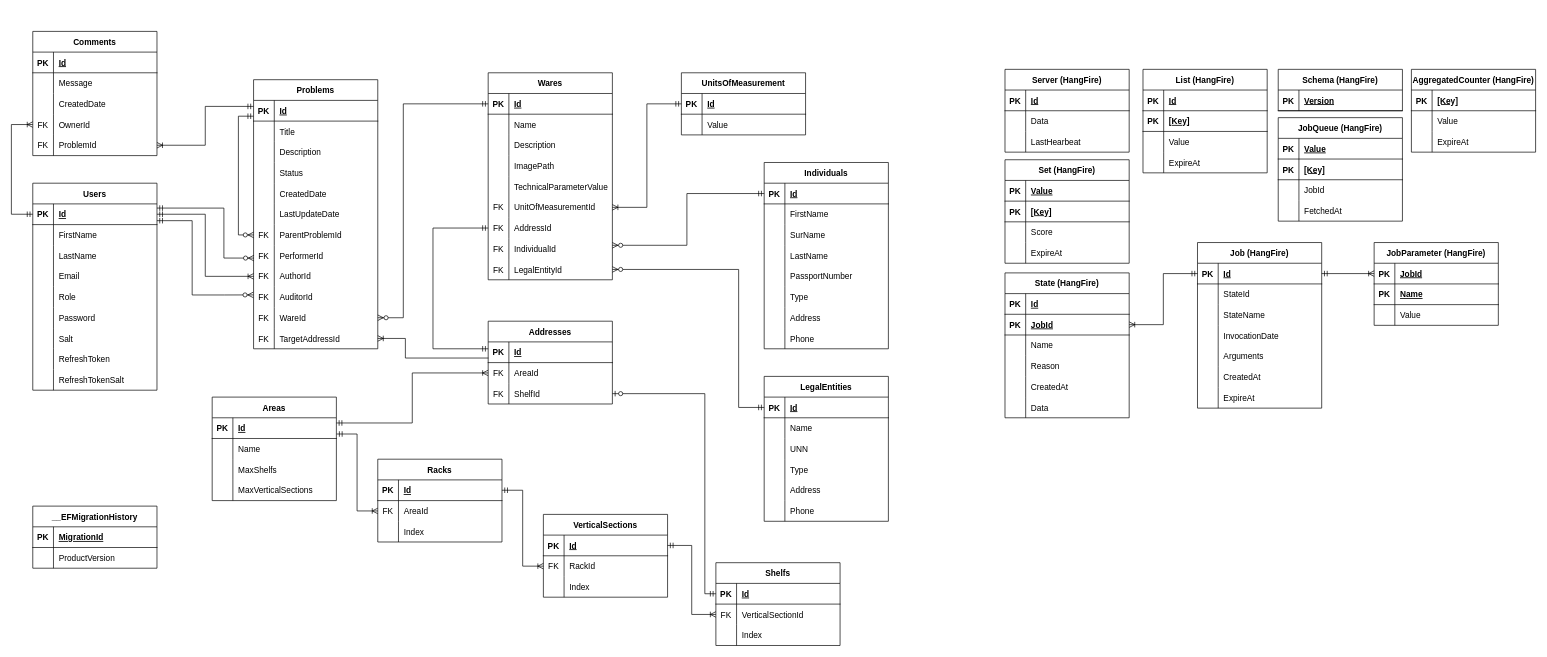
Before: Docs/Diagrams/database-diagram.drawio in v-demyanov/WMS, a draw.io diagram. Source tidied: cells renumbered, new cells numbered last; positions are measured from the earlier drawing's top-left corner, leaving out a move shared by most shapes. Both pictures are drawn from the tidied source at 69%, with x=0, y=0 at pixel (11, 31).
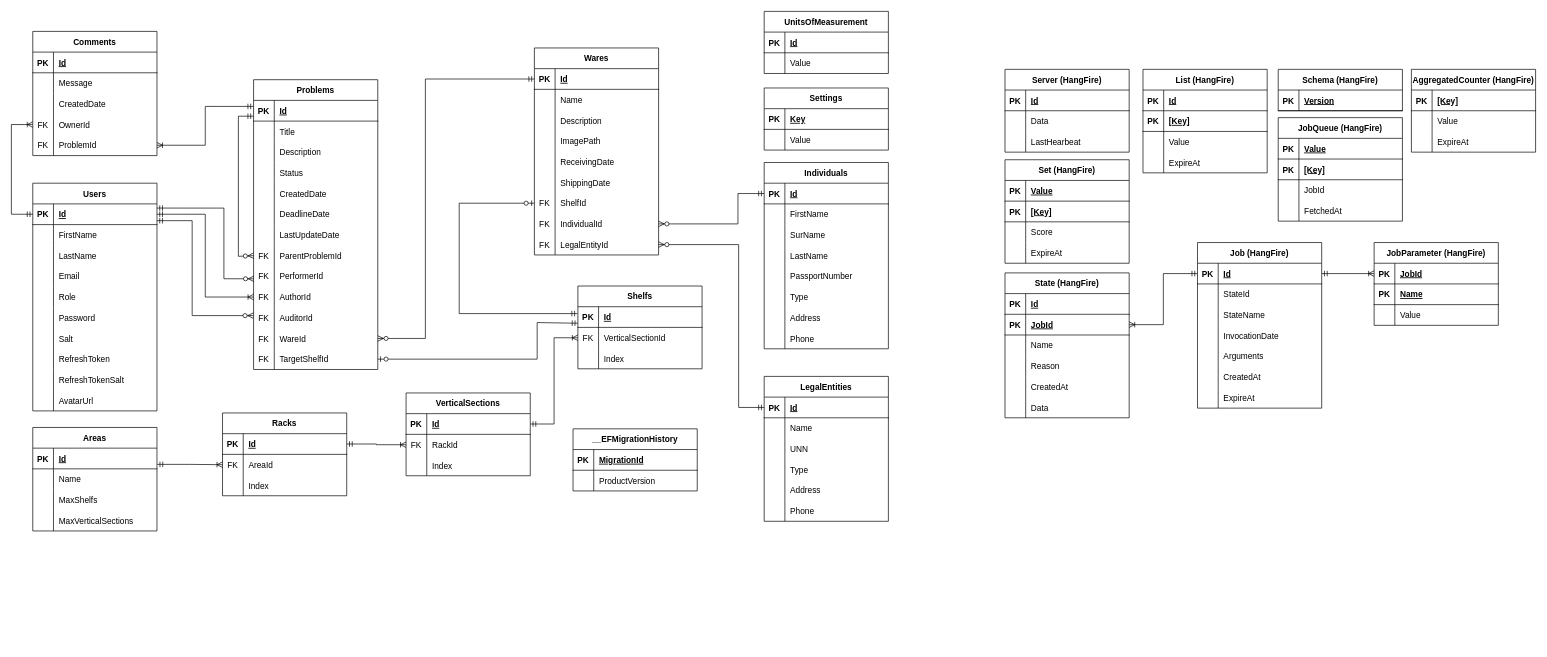
The same diagram, later.

The change refers to these unchanged cells:
```xml
<mxCell id="3" style="shape=tableRow;horizontal=0;startSize=0;swimlaneHead=0;swimlaneBody=0;fillColor=none;points=[[0,0.5],[1,0.5]];portConstraint=eastwest;top=0;left=0;right=0;bottom=1;" parent="2" vertex="1">
  <mxGeometry y="30" width="180" height="30" as="geometry" />
</mxCell>
<mxCell id="51" style="shape=tableRow;horizontal=0;startSize=0;swimlaneHead=0;swimlaneBody=0;fillColor=none;points=[[0,0.5],[1,0.5]];portConstraint=eastwest;top=0;left=0;right=0;bottom=1;" parent="50" vertex="1">
  <mxGeometry y="30" width="180" height="30" as="geometry" />
</mxCell>
<mxCell id="94" style="shape=tableRow;horizontal=0;startSize=0;swimlaneHead=0;swimlaneBody=0;fillColor=none;points=[[0,0.5],[1,0.5]];portConstraint=eastwest;top=0;left=0;right=0;bottom=1;" parent="93" vertex="1">
  <mxGeometry y="30" width="180" height="30" as="geometry" />
</mxCell>
<mxCell id="106" style="shape=tableRow;horizontal=0;startSize=0;swimlaneHead=0;swimlaneBody=0;fillColor=none;top=0;left=0;right=0;bottom=0;" parent="93" vertex="1">
  <mxGeometry y="150" width="180" height="30" as="geometry" />
</mxCell>
<mxCell id="112" style="shape=tableRow;horizontal=0;startSize=0;swimlaneHead=0;swimlaneBody=0;fillColor=none;points=[[0,0.5],[1,0.5]];portConstraint=eastwest;top=0;left=0;right=0;bottom=0;" parent="93" vertex="1">
  <mxGeometry y="210" width="180" height="30" as="geometry" />
</mxCell>
<mxCell id="115" style="shape=tableRow;horizontal=0;startSize=0;swimlaneHead=0;swimlaneBody=0;fillColor=none;points=[[0,0.5],[1,0.5]];portConstraint=eastwest;top=0;left=0;right=0;bottom=0;" parent="93" vertex="1">
  <mxGeometry y="240" width="180" height="30" as="geometry" />
</mxCell>
<mxCell id="118" style="shape=tableRow;horizontal=0;startSize=0;swimlaneHead=0;swimlaneBody=0;fillColor=none;points=[[0,0.5],[1,0.5]];portConstraint=eastwest;top=0;left=0;right=0;bottom=0;" parent="93" vertex="1">
  <mxGeometry y="270" width="180" height="30" as="geometry" />
</mxCell>
<mxCell id="122" style="shape=tableRow;horizontal=0;startSize=0;swimlaneHead=0;swimlaneBody=0;fillColor=none;points=[[0,0.5],[1,0.5]];portConstraint=eastwest;top=0;left=0;right=0;bottom=1;" parent="121" vertex="1">
  <mxGeometry y="30" width="180" height="30" as="geometry" />
</mxCell>
<mxCell id="147" style="shape=tableRow;horizontal=0;startSize=0;swimlaneHead=0;swimlaneBody=0;fillColor=none;points=[[0,0.5],[1,0.5]];portConstraint=eastwest;top=0;left=0;right=0;bottom=1;" parent="146" vertex="1">
  <mxGeometry y="30" width="180" height="30" as="geometry" />
</mxCell>
<mxCell id="166" style="shape=tableRow;horizontal=0;startSize=0;swimlaneHead=0;swimlaneBody=0;fillColor=none;points=[[0,0.5],[1,0.5]];portConstraint=eastwest;top=0;left=0;right=0;bottom=1;" parent="165" vertex="1">
  <mxGeometry y="30" width="180" height="30" as="geometry" />
</mxCell>
<mxCell id="173" style="shape=tableRow;horizontal=0;startSize=0;swimlaneHead=0;swimlaneBody=0;fillColor=none;points=[[0,0.5],[1,0.5]];portConstraint=eastwest;top=0;left=0;right=0;bottom=1;" parent="172" vertex="1">
  <mxGeometry y="30" width="180" height="30" as="geometry" />
</mxCell>
```

The edit, as a diff of the source:
```diff
@@
     <mxCell id="2" value="Problems" style="shape=table;startSize=30;childLayout=tableLayout;rowLines=0;fontStyle=1;align=center;" parent="1" vertex="1">
-      <mxGeometry x="351" y="70" width="180" height="390" as="geometry" />
+      <mxGeometry x="351" y="70" width="180" height="420" as="geometry" />
     </mxCell>
@@
+    <mxCell id="355" style="shape=tableRow;horizontal=0;startSize=0;swimlaneHead=0;swimlaneBody=0;fillColor=none;top=0;left=0;right=0;bottom=0;" parent="2" vertex="1">
+      <mxGeometry y="180" width="180" height="30" as="geometry" />
+    </mxCell>
+    <mxCell id="356" style="shape=partialRectangle;fillColor=none;top=0;left=0;bottom=0;right=0;overflow=hidden;" parent="355" vertex="1">
+      <mxGeometry width="30" height="30" as="geometry" />
+    </mxCell>
+    <mxCell id="357" value="DeadlineDate" style="shape=partialRectangle;fillColor=none;top=0;left=0;bottom=0;right=0;align=left;spacingLeft=6;overflow=hidden;" parent="355" vertex="1">
+      <mxGeometry x="30" width="150" height="30" as="geometry" />
+    </mxCell>
     <mxCell id="18" style="shape=tableRow;horizontal=0;startSize=0;swimlaneHead=0;swimlaneBody=0;fillColor=none;top=0;left=0;right=0;bottom=0;" parent="2" vertex="1">
-      <mxGeometry y="180" width="180" height="30" as="geometry" />
+      <mxGeometry y="210" width="180" height="30" as="geometry" />
     </mxCell>
@@
     <mxCell id="21" style="shape=tableRow;horizontal=0;startSize=0;swimlaneHead=0;swimlaneBody=0;fillColor=none;points=[[0,0.5],[1,0.5]];portConstraint=eastwest;top=0;left=0;right=0;bottom=0;" parent="2" vertex="1">
-      <mxGeometry y="210" width="180" height="30" as="geometry" />
+      <mxGeometry y="240" width="180" height="30" as="geometry" />
     </mxCell>
@@
     <mxCell id="24" style="shape=tableRow;horizontal=0;startSize=0;swimlaneHead=0;swimlaneBody=0;fillColor=none;points=[[0,0.5],[1,0.5]];portConstraint=eastwest;top=0;left=0;right=0;bottom=0;" parent="2" vertex="1">
-      <mxGeometry y="240" width="180" height="30" as="geometry" />
+      <mxGeometry y="270" width="180" height="30" as="geometry" />
     </mxCell>
@@
     <mxCell id="27" style="shape=tableRow;horizontal=0;startSize=0;swimlaneHead=0;swimlaneBody=0;fillColor=none;points=[[0,0.5],[1,0.5]];portConstraint=eastwest;top=0;left=0;right=0;bottom=0;" parent="2" vertex="1">
-      <mxGeometry y="270" width="180" height="30" as="geometry" />
+      <mxGeometry y="300" width="180" height="30" as="geometry" />
     </mxCell>
@@
     <mxCell id="30" style="shape=tableRow;horizontal=0;startSize=0;swimlaneHead=0;swimlaneBody=0;fillColor=none;points=[[0,0.5],[1,0.5]];portConstraint=eastwest;top=0;left=0;right=0;bottom=0;" parent="2" vertex="1">
-      <mxGeometry y="300" width="180" height="30" as="geometry" />
+      <mxGeometry y="330" width="180" height="30" as="geometry" />
     </mxCell>
@@
     <mxCell id="33" style="shape=tableRow;horizontal=0;startSize=0;swimlaneHead=0;swimlaneBody=0;fillColor=none;points=[[0,0.5],[1,0.5]];portConstraint=eastwest;top=0;left=0;right=0;bottom=0;" parent="2" vertex="1">
-      <mxGeometry y="330" width="180" height="30" as="geometry" />
+      <mxGeometry y="360" width="180" height="30" as="geometry" />
     </mxCell>
@@
     <mxCell id="36" style="shape=tableRow;horizontal=0;startSize=0;swimlaneHead=0;swimlaneBody=0;fillColor=none;points=[[0,0.5],[1,0.5]];portConstraint=eastwest;top=0;left=0;right=0;bottom=0;" parent="2" vertex="1">
-      <mxGeometry y="360" width="180" height="30" as="geometry" />
+      <mxGeometry y="390" width="180" height="30" as="geometry" />
     </mxCell>
@@
-    <mxCell id="38" value="TargetAddressId" style="shape=partialRectangle;fillColor=none;top=0;left=0;bottom=0;right=0;align=left;spacingLeft=6;overflow=hidden;" parent="36" vertex="1">
+    <mxCell id="38" value="TargetShelfId" style="shape=partialRectangle;fillColor=none;top=0;left=0;bottom=0;right=0;align=left;spacingLeft=6;overflow=hidden;" parent="36" vertex="1">
       <mxGeometry x="30" width="150" height="30" as="geometry" />
     </mxCell>
     <mxCell id="39" style="edgeStyle=orthogonalEdgeStyle;fontSize=12;html=1;endArrow=ERzeroToMany;startArrow=ERmandOne;rounded=0;entryX=0;entryY=0.5;entryDx=0;entryDy=0;exitX=-0.001;exitY=0.764;exitDx=0;exitDy=0;exitPerimeter=0;" parent="2" edge="1" source="3" target="21">
       <mxGeometry relative="1" as="geometry">
         <Array as="points">
           <mxPoint x="-22" y="53" />
-          <mxPoint x="-22" y="225" />
+          <mxPoint x="-22" y="256" />
+          <mxPoint y="256" />
         </Array>
       </mxGeometry>
     </mxCell>
-    <mxCell id="40" value="Addresses" style="shape=table;startSize=30;childLayout=tableLayout;rowLines=0;fontStyle=1;align=center;" parent="1" vertex="1">
-      <mxGeometry x="691" y="420" width="180" height="120" as="geometry" />
-    </mxCell>
-    <mxCell id="41" style="shape=tableRow;horizontal=0;startSize=0;swimlaneHead=0;swimlaneBody=0;fillColor=none;points=[[0,0.5],[1,0.5]];portConstraint=eastwest;top=0;left=0;right=0;bottom=1;" parent="40" vertex="1">
-      <mxGeometry y="30" width="180" height="30" as="geometry" />
-    </mxCell>
-    <mxCell id="42" value="PK" style="shape=partialRectangle;fillColor=none;top=0;left=0;bottom=0;right=0;fontStyle=1;overflow=hidden;" parent="41" vertex="1">
-      <mxGeometry width="30" height="30" as="geometry" />
-    </mxCell>
-    <mxCell id="43" value="Id" style="shape=partialRectangle;fillColor=none;top=0;left=0;bottom=0;right=0;align=left;spacingLeft=6;fontStyle=5;overflow=hidden;" parent="41" vertex="1">
-      <mxGeometry x="30" width="150" height="30" as="geometry" />
-    </mxCell>
-    <mxCell id="44" style="shape=tableRow;horizontal=0;startSize=0;swimlaneHead=0;swimlaneBody=0;fillColor=none;points=[[0,0.5],[1,0.5]];portConstraint=eastwest;top=0;left=0;right=0;bottom=0;" parent="40" vertex="1">
-      <mxGeometry y="60" width="180" height="30" as="geometry" />
-    </mxCell>
-    <mxCell id="45" value="FK" style="shape=partialRectangle;fillColor=none;top=0;left=0;bottom=0;right=0;overflow=hidden;" parent="44" vertex="1">
-      <mxGeometry width="30" height="30" as="geometry" />
-    </mxCell>
-    <mxCell id="46" value="AreaId" style="shape=partialRectangle;fillColor=none;top=0;left=0;bottom=0;right=0;align=left;spacingLeft=6;overflow=hidden;" parent="44" vertex="1">
-      <mxGeometry x="30" width="150" height="30" as="geometry" />
-    </mxCell>
-    <mxCell id="47" style="shape=tableRow;horizontal=0;startSize=0;swimlaneHead=0;swimlaneBody=0;fillColor=none;points=[[0,0.5],[1,0.5]];portConstraint=eastwest;top=0;left=0;right=0;bottom=0;" parent="40" vertex="1">
-      <mxGeometry y="90" width="180" height="30" as="geometry" />
-    </mxCell>
-    <mxCell id="48" value="FK" style="shape=partialRectangle;fillColor=none;top=0;left=0;bottom=0;right=0;overflow=hidden;" parent="47" vertex="1">
-      <mxGeometry width="30" height="30" as="geometry" />
-    </mxCell>
-    <mxCell id="49" value="ShelfId" style="shape=partialRectangle;fillColor=none;top=0;left=0;bottom=0;right=0;align=left;spacingLeft=6;overflow=hidden;" parent="47" vertex="1">
-      <mxGeometry x="30" width="150" height="30" as="geometry" />
-    </mxCell>
     <mxCell id="50" value="Shelfs" style="shape=table;startSize=30;childLayout=tableLayout;rowLines=0;fontStyle=1;align=center;" parent="1" vertex="1">
-      <mxGeometry x="1021" y="770" width="180" height="120" as="geometry" />
+      <mxGeometry x="821" y="369" width="180" height="120" as="geometry" />
     </mxCell>
@@
     <mxCell id="60" value="VerticalSections" style="shape=table;startSize=30;childLayout=tableLayout;rowLines=0;fontStyle=1;align=center;" parent="1" vertex="1">
-      <mxGeometry x="771" y="700" width="180" height="120" as="geometry" />
+      <mxGeometry x="572" y="524" width="180" height="120" as="geometry" />
     </mxCell>
@@
     <mxCell id="70" value="Racks" style="shape=table;startSize=30;childLayout=tableLayout;rowLines=0;fontStyle=1;align=center;" parent="1" vertex="1">
-      <mxGeometry x="531" y="620" width="180" height="120" as="geometry" />
+      <mxGeometry x="306" y="553" width="180" height="120" as="geometry" />
     </mxCell>
@@
     <mxCell id="80" value="Areas" style="shape=table;startSize=30;childLayout=tableLayout;rowLines=0;fontStyle=1;align=center;" parent="1" vertex="1">
-      <mxGeometry x="291" y="530" width="180" height="150" as="geometry" />
+      <mxGeometry x="31" y="574" width="180" height="150" as="geometry" />
     </mxCell>
@@
     <mxCell id="93" value="Wares" style="shape=table;startSize=30;childLayout=tableLayout;rowLines=0;fontStyle=1;align=center;" parent="1" vertex="1">
-      <mxGeometry x="691" y="60" width="180" height="300" as="geometry" />
+      <mxGeometry x="758" y="24" width="180" height="300" as="geometry" />
     </mxCell>
@@
-    <mxCell id="108" value="TechnicalParameterValue" style="shape=partialRectangle;fillColor=none;top=0;left=0;bottom=0;right=0;align=left;spacingLeft=6;overflow=hidden;" parent="106" vertex="1">
+    <mxCell id="108" value="ReceivingDate" style="shape=partialRectangle;fillColor=none;top=0;left=0;bottom=0;right=0;align=left;spacingLeft=6;overflow=hidden;" parent="106" vertex="1">
       <mxGeometry x="30" width="150" height="30" as="geometry" />
     </mxCell>
-    <mxCell id="109" style="shape=tableRow;horizontal=0;startSize=0;swimlaneHead=0;swimlaneBody=0;fillColor=none;points=[[0,0.5],[1,0.5]];portConstraint=eastwest;top=0;left=0;right=0;bottom=0;" parent="93" vertex="1">
-      <mxGeometry y="180" width="180" height="30" as="geometry" />
-    </mxCell>
-    <mxCell id="110" value="FK" style="shape=partialRectangle;fillColor=none;top=0;left=0;bottom=0;right=0;overflow=hidden;" parent="109" vertex="1">
-      <mxGeometry width="30" height="30" as="geometry" />
-    </mxCell>
-    <mxCell id="111" value="UnitOfMeasurementId" style="shape=partialRectangle;fillColor=none;top=0;left=0;bottom=0;right=0;align=left;spacingLeft=6;overflow=hidden;" parent="109" vertex="1">
-      <mxGeometry x="30" width="150" height="30" as="geometry" />
-    </mxCell>
+    <mxCell id="358" style="shape=tableRow;horizontal=0;startSize=0;swimlaneHead=0;swimlaneBody=0;fillColor=none;top=0;left=0;right=0;bottom=0;" parent="93" vertex="1">
+      <mxGeometry y="180" width="180" height="30" as="geometry" />
+    </mxCell>
+    <mxCell id="359" style="shape=partialRectangle;fillColor=none;top=0;left=0;bottom=0;right=0;overflow=hidden;" parent="358" vertex="1">
+      <mxGeometry width="30" height="30" as="geometry" />
+    </mxCell>
+    <mxCell id="360" value="ShippingDate" style="shape=partialRectangle;fillColor=none;top=0;left=0;bottom=0;right=0;align=left;spacingLeft=6;overflow=hidden;" parent="358" vertex="1">
+      <mxGeometry x="30" width="150" height="30" as="geometry" />
+    </mxCell>
@@
-    <mxCell id="114" value="AddressId" style="shape=partialRectangle;fillColor=none;top=0;left=0;bottom=0;right=0;align=left;spacingLeft=6;overflow=hidden;" parent="112" vertex="1">
+    <mxCell id="114" value="ShelfId" style="shape=partialRectangle;fillColor=none;top=0;left=0;bottom=0;right=0;align=left;spacingLeft=6;overflow=hidden;" parent="112" vertex="1">
       <mxGeometry x="30" width="150" height="30" as="geometry" />
     </mxCell>
@@
     <mxCell id="165" value="UnitsOfMeasurement" style="shape=table;startSize=30;childLayout=tableLayout;rowLines=0;fontStyle=1;align=center;" parent="1" vertex="1">
-      <mxGeometry x="971" y="60" width="180" height="90" as="geometry" />
+      <mxGeometry x="1091" y="-29" width="180" height="90" as="geometry" />
     </mxCell>
@@
     <mxCell id="172" value="Users" style="shape=table;startSize=30;childLayout=tableLayout;rowLines=0;fontStyle=1;align=center;" parent="1" vertex="1">
-      <mxGeometry x="31" y="220" width="180" height="300" as="geometry" />
+      <mxGeometry x="31" y="220" width="180" height="330" as="geometry" />
     </mxCell>
@@
+    <mxCell id="361" style="shape=tableRow;horizontal=0;startSize=0;swimlaneHead=0;swimlaneBody=0;fillColor=none;top=0;left=0;right=0;bottom=0;" parent="172" vertex="1">
+      <mxGeometry y="300" width="180" height="30" as="geometry" />
+    </mxCell>
+    <mxCell id="362" style="shape=partialRectangle;fillColor=none;top=0;left=0;bottom=0;right=0;overflow=hidden;" parent="361" vertex="1">
+      <mxGeometry width="30" height="30" as="geometry" />
+    </mxCell>
+    <mxCell id="363" value="AvatarUrl" style="shape=partialRectangle;fillColor=none;top=0;left=0;bottom=0;right=0;align=left;spacingLeft=6;overflow=hidden;" parent="361" vertex="1">
+      <mxGeometry x="30" width="150" height="30" as="geometry" />
+    </mxCell>
@@
-    <mxCell id="216" style="edgeStyle=orthogonalEdgeStyle;fontSize=12;html=1;endArrow=ERoneToMany;rounded=0;entryX=1;entryY=0.5;entryDx=0;entryDy=0;exitX=0.002;exitY=0.78;exitDx=0;exitDy=0;exitPerimeter=0;endFill=0;" parent="1" edge="1" source="41" target="36">
-      <mxGeometry relative="1" as="geometry">
-        <Array as="points">
-          <mxPoint x="571" y="473" />
-          <mxPoint x="571" y="445" />
-        </Array>
-      </mxGeometry>
-    </mxCell>
-    <mxCell id="217" style="edgeStyle=orthogonalEdgeStyle;fontSize=12;html=1;endArrow=ERmandOne;startArrow=ERmandOne;rounded=0;" parent="1" edge="1" target="112">
-      <mxGeometry relative="1" as="geometry">
-        <mxPoint x="691" y="460" as="sourcePoint" />
-        <Array as="points">
-          <mxPoint x="611" y="460" />
-          <mxPoint x="611" y="285" />
-        </Array>
-      </mxGeometry>
-    </mxCell>
     <mxCell id="218" value="__EFMigrationHistory" style="shape=table;startSize=30;childLayout=tableLayout;rowLines=0;fontStyle=1;align=center;" parent="1" vertex="1">
-      <mxGeometry x="31" y="688" width="180" height="90" as="geometry" />
+      <mxGeometry x="814" y="576" width="180" height="90" as="geometry" />
     </mxCell>
@@
     <mxCell id="227" style="edgeStyle=orthogonalEdgeStyle;fontSize=12;html=1;endArrow=ERzeroToMany;startArrow=ERmandOne;rounded=0;entryX=0.002;entryY=0.618;entryDx=0;entryDy=0;entryPerimeter=0;exitX=1;exitY=0.202;exitDx=0;exitDy=0;exitPerimeter=0;" parent="1" edge="1" source="173" target="24">
       <mxGeometry relative="1" as="geometry">
         <Array as="points">
           <mxPoint x="308" y="256" />
-          <mxPoint x="308" y="329" />
+          <mxPoint x="308" y="358" />
+          <mxPoint x="351" y="358" />
         </Array>
       </mxGeometry>
     </mxCell>
@@
     <mxCell id="229" style="edgeStyle=orthogonalEdgeStyle;fontSize=12;html=1;endArrow=ERzeroToMany;startArrow=ERmandOne;rounded=0;entryX=-0.002;entryY=0.397;entryDx=0;entryDy=0;entryPerimeter=0;exitX=1;exitY=0.81;exitDx=0;exitDy=0;exitPerimeter=0;" parent="1" edge="1" source="173" target="30">
       <mxGeometry relative="1" as="geometry">
         <Array as="points">
           <mxPoint x="262" y="274" />
-          <mxPoint x="262" y="382" />
-          <mxPoint x="309" y="382" />
+          <mxPoint x="262" y="412" />
         </Array>
       </mxGeometry>
     </mxCell>
     <mxCell id="230" style="edgeStyle=orthogonalEdgeStyle;fontSize=12;html=1;endArrow=ERzeroToMany;startArrow=ERmandOne;rounded=0;entryX=1;entryY=0.5;entryDx=0;entryDy=0;exitX=0;exitY=0.5;exitDx=0;exitDy=0;" parent="1" edge="1" source="94" target="33">
       <mxGeometry relative="1" as="geometry">
         <Array as="points">
-          <mxPoint x="568" y="105" />
-          <mxPoint x="568" y="415" />
+          <mxPoint x="600" y="69" />
+          <mxPoint x="600" y="445" />
         </Array>
       </mxGeometry>
     </mxCell>
@@
-    <mxCell id="234" style="edgeStyle=orthogonalEdgeStyle;fontSize=12;html=1;endArrow=ERoneToMany;startArrow=ERmandOne;rounded=0;entryX=0;entryY=0.5;entryDx=0;entryDy=0;exitX=1;exitY=0.25;exitDx=0;exitDy=0;" parent="1" edge="1" source="80" target="44">
-      <mxGeometry relative="1" as="geometry" />
-    </mxCell>
-    <mxCell id="235" style="edgeStyle=orthogonalEdgeStyle;fontSize=12;html=1;endArrow=ERoneToMany;startArrow=ERmandOne;rounded=0;entryX=1;entryY=0.5;entryDx=0;entryDy=0;exitX=0;exitY=0.5;exitDx=0;exitDy=0;" parent="1" edge="1" source="166" target="109">
-      <mxGeometry relative="1" as="geometry" />
-    </mxCell>
-    <mxCell id="236" style="edgeStyle=orthogonalEdgeStyle;fontSize=12;html=1;endArrow=ERzeroToMany;startArrow=ERmandOne;rounded=0;exitX=0;exitY=0.5;exitDx=0;exitDy=0;" parent="1" edge="1" source="122">
+    <mxCell id="236" style="edgeStyle=orthogonalEdgeStyle;fontSize=12;html=1;endArrow=ERzeroToMany;startArrow=ERmandOne;rounded=0;exitX=0;exitY=0.5;exitDx=0;exitDy=0;entryX=1;entryY=0.5;entryDx=0;entryDy=0;" parent="1" edge="1" source="122" target="115">
       <mxGeometry relative="1" as="geometry">
-        <mxPoint x="871" y="310" as="targetPoint" />
         <Array as="points">
-          <mxPoint x="979" y="235" />
-          <mxPoint x="979" y="310" />
+          <mxPoint x="1053" y="235" />
+          <mxPoint x="1053" y="279" />
         </Array>
       </mxGeometry>
     </mxCell>
     <mxCell id="237" style="edgeStyle=orthogonalEdgeStyle;fontSize=12;html=1;endArrow=ERzeroToMany;startArrow=ERmandOne;rounded=0;exitX=0;exitY=0.5;exitDx=0;exitDy=0;entryX=1;entryY=0.5;entryDx=0;entryDy=0;" parent="1" edge="1" source="147" target="118">
       <mxGeometry relative="1" as="geometry">
         <Array as="points">
           <mxPoint x="1054" y="545" />
-          <mxPoint x="1054" y="345" />
+          <mxPoint x="1054" y="309" />
         </Array>
       </mxGeometry>
     </mxCell>
-    <mxCell id="238" style="edgeStyle=orthogonalEdgeStyle;fontSize=12;html=1;endArrow=ERzeroToOne;startArrow=ERmandOne;rounded=0;entryX=1;entryY=0.5;entryDx=0;entryDy=0;exitX=0;exitY=0.5;exitDx=0;exitDy=0;" parent="1" edge="1" source="51" target="47">
-      <mxGeometry relative="1" as="geometry">
-        <Array as="points">
-          <mxPoint x="1005" y="815" />
-          <mxPoint x="1005" y="525" />
-        </Array>
-      </mxGeometry>
-    </mxCell>
@@
+    <mxCell id="364" style="edgeStyle=orthogonalEdgeStyle;fontSize=12;html=1;endArrow=ERzeroToOne;startArrow=ERmandOne;rounded=0;entryX=1;entryY=0.5;entryDx=0;entryDy=0;exitX=-0.001;exitY=0.799;exitDx=0;exitDy=0;exitPerimeter=0;" parent="1" edge="1" source="51" target="36">
+      <mxGeometry relative="1" as="geometry">
+        <Array as="points">
+          <mxPoint x="762" y="422" />
+          <mxPoint x="762" y="475" />
+        </Array>
+      </mxGeometry>
+    </mxCell>
+    <mxCell id="365" style="edgeStyle=orthogonalEdgeStyle;fontSize=12;html=1;endArrow=ERzeroToOne;startArrow=ERmandOne;rounded=0;entryX=0;entryY=0.5;entryDx=0;entryDy=0;exitX=-0.004;exitY=0.333;exitDx=0;exitDy=0;exitPerimeter=0;" parent="1" edge="1" source="51" target="112">
+      <mxGeometry relative="1" as="geometry">
+        <Array as="points">
+          <mxPoint x="649" y="409" />
+          <mxPoint x="649" y="249" />
+        </Array>
+      </mxGeometry>
+    </mxCell>
+    <mxCell id="366" value="Settings" style="shape=table;startSize=30;childLayout=tableLayout;rowLines=0;fontStyle=1;align=center;" parent="1" vertex="1">
+      <mxGeometry x="1091" y="82" width="180" height="90" as="geometry" />
+    </mxCell>
+    <mxCell id="41" style="shape=tableRow;horizontal=0;startSize=0;swimlaneHead=0;swimlaneBody=0;fillColor=none;points=[[0,0.5],[1,0.5]];portConstraint=eastwest;top=0;left=0;right=0;bottom=1;" parent="366" vertex="1">
+      <mxGeometry y="30" width="180" height="30" as="geometry" />
+    </mxCell>
+    <mxCell id="42" value="PK" style="shape=partialRectangle;fillColor=none;top=0;left=0;bottom=0;right=0;fontStyle=1;overflow=hidden;" parent="41" vertex="1">
+      <mxGeometry width="30" height="30" as="geometry" />
+    </mxCell>
+    <mxCell id="367" value="Key" style="shape=partialRectangle;fillColor=none;top=0;left=0;bottom=0;right=0;align=left;spacingLeft=6;fontStyle=5;overflow=hidden;" parent="41" vertex="1">
+      <mxGeometry x="30" width="150" height="30" as="geometry" />
+    </mxCell>
+    <mxCell id="44" style="shape=tableRow;horizontal=0;startSize=0;swimlaneHead=0;swimlaneBody=0;fillColor=none;points=[[0,0.5],[1,0.5]];portConstraint=eastwest;top=0;left=0;right=0;bottom=0;" parent="366" vertex="1">
+      <mxGeometry y="60" width="180" height="30" as="geometry" />
+    </mxCell>
+    <mxCell id="368" style="shape=partialRectangle;fillColor=none;top=0;left=0;bottom=0;right=0;overflow=hidden;" parent="44" vertex="1">
+      <mxGeometry width="30" height="30" as="geometry" />
+    </mxCell>
+    <mxCell id="369" value="Value" style="shape=partialRectangle;fillColor=none;top=0;left=0;bottom=0;right=0;align=left;spacingLeft=6;overflow=hidden;" parent="44" vertex="1">
+      <mxGeometry x="30" width="150" height="30" as="geometry" />
+    </mxCell>
```
